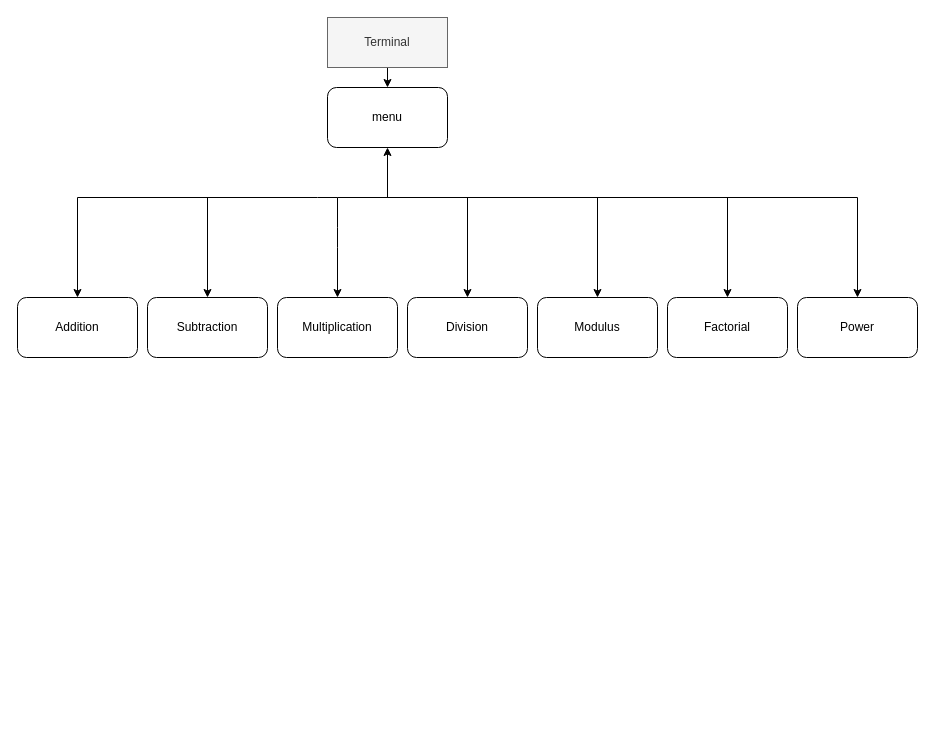
The draw.io diagram 2_Design/Untitled Diagram.drawio in saikusal/mini_project, before the edit. Source tidied: cells renumbered, new cells numbered last; positions are measured from the earlier drawing's top-left corner, leaving out a move shared by most shapes. Both pictures are drawn from the tidied source at 100%, with x=0, y=0 at pixel (17, 17).
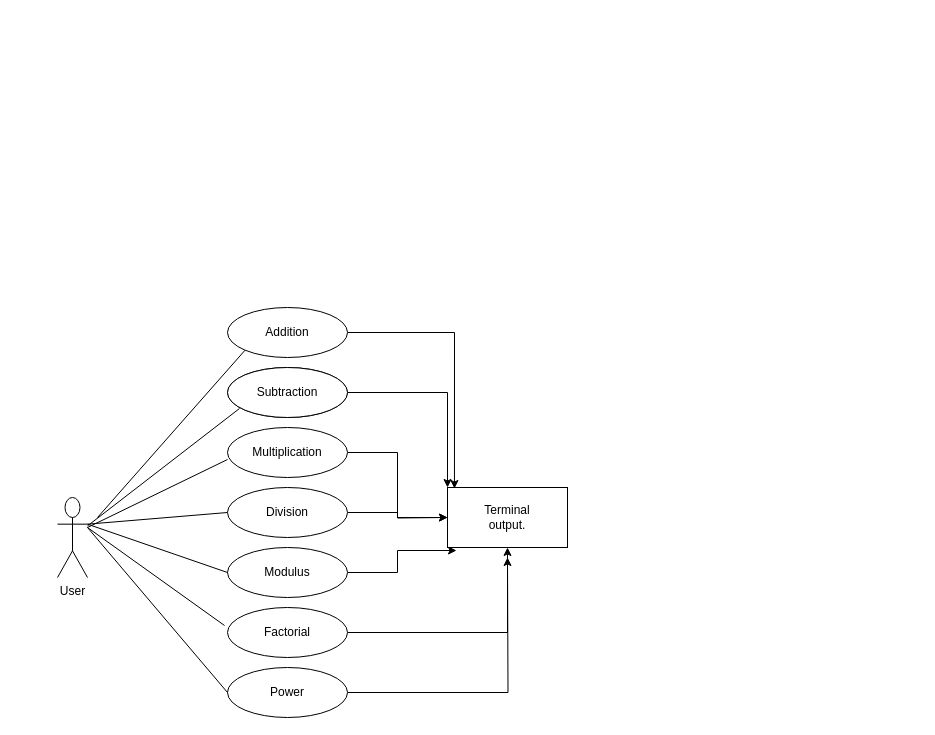
The same diagram, later.

Commit message:
Usecase Diagram

Diff of the diagram source:
```diff
@@
-    <mxCell id="2" style="edgeStyle=orthogonalEdgeStyle;rounded=0;jettySize=auto;html=1;" parent="1" edge="1" source="3">
-      <mxGeometry relative="1" as="geometry">
-        <mxPoint x="370" y="70" as="targetPoint" />
-      </mxGeometry>
-    </mxCell>
-    <mxCell id="3" value="Terminal" style="rounded=0;whiteSpace=wrap;html=1;fillColor=#f5f5f5;strokeColor=#666666;fontColor=#333333;" parent="1" vertex="1">
-      <mxGeometry x="310" width="120" height="50" as="geometry" />
-    </mxCell>
-    <mxCell id="4" value="menu" style="rounded=1;whiteSpace=wrap;html=1;" parent="1" vertex="1">
-      <mxGeometry x="310" y="70" width="120" height="60" as="geometry" />
-    </mxCell>
+    <mxCell id="21" value="User" style="shape=umlActor;verticalLabelPosition=bottom;verticalAlign=top;html=1;outlineConnect=0;" parent="1" vertex="1">
+      <mxGeometry x="40" y="480" width="30" height="80" as="geometry" />
+    </mxCell>
+    <mxCell id="22" style="ellipse;whiteSpace=wrap;html=1;" parent="1" vertex="1">
+      <mxGeometry x="210" y="350" width="120" height="50" as="geometry" />
+    </mxCell>
+    <mxCell id="23" style="edgeStyle=orthogonalEdgeStyle;rounded=0;jettySize=auto;html=1;exitX=1;exitY=0.5;exitDx=0;exitDy=0;entryX=0;entryY=0.5;entryDx=0;entryDy=0;" parent="1" edge="1" source="7" target="37">
+      <mxGeometry relative="1" as="geometry" />
+    </mxCell>
+    <mxCell id="7" value="Multiplication" style="ellipse;whiteSpace=wrap;html=1;" parent="1" vertex="1">
+      <mxGeometry x="210" y="410" width="120" height="50" as="geometry" />
+    </mxCell>
+    <mxCell id="24" style="edgeStyle=orthogonalEdgeStyle;rounded=0;jettySize=auto;html=1;entryX=0;entryY=0;entryDx=0;entryDy=0;" parent="1" edge="1" source="6" target="37">
+      <mxGeometry relative="1" as="geometry" />
+    </mxCell>
+    <mxCell id="6" value="Subtraction" style="ellipse;whiteSpace=wrap;html=1;" parent="1" vertex="1">
+      <mxGeometry x="210" y="350" width="120" height="50" as="geometry" />
+    </mxCell>
+    <mxCell id="25" style="edgeStyle=orthogonalEdgeStyle;rounded=0;jettySize=auto;html=1;exitX=1;exitY=0.5;exitDx=0;exitDy=0;" parent="1" edge="1" source="8">
+      <mxGeometry relative="1" as="geometry">
+        <mxPoint x="430" y="500" as="targetPoint" />
+      </mxGeometry>
+    </mxCell>
+    <mxCell id="8" value="Division" style="ellipse;whiteSpace=wrap;html=1;" parent="1" vertex="1">
+      <mxGeometry x="210" y="470" width="120" height="50" as="geometry" />
+    </mxCell>
+    <mxCell id="26" style="edgeStyle=orthogonalEdgeStyle;rounded=0;jettySize=auto;html=1;exitX=1;exitY=0.5;exitDx=0;exitDy=0;entryX=0.075;entryY=1.05;entryDx=0;entryDy=0;entryPerimeter=0;" parent="1" edge="1" source="9" target="37">
+      <mxGeometry relative="1" as="geometry" />
+    </mxCell>
+    <mxCell id="9" value="Modulus" style="ellipse;whiteSpace=wrap;html=1;" parent="1" vertex="1">
+      <mxGeometry x="210" y="530" width="120" height="50" as="geometry" />
+    </mxCell>
+    <mxCell id="27" style="edgeStyle=orthogonalEdgeStyle;rounded=0;jettySize=auto;html=1;exitX=1;exitY=0.5;exitDx=0;exitDy=0;entryX=0.5;entryY=1;entryDx=0;entryDy=0;" parent="1" edge="1" source="11" target="37">
+      <mxGeometry relative="1" as="geometry" />
+    </mxCell>
+    <mxCell id="11" value="Factorial" style="ellipse;whiteSpace=wrap;html=1;" parent="1" vertex="1">
+      <mxGeometry x="210" y="590" width="120" height="50" as="geometry" />
+    </mxCell>
+    <mxCell id="28" style="edgeStyle=orthogonalEdgeStyle;rounded=0;jettySize=auto;html=1;entryX=0.058;entryY=0.017;entryDx=0;entryDy=0;entryPerimeter=0;" parent="1" edge="1" source="5" target="37">
+      <mxGeometry relative="1" as="geometry" />
+    </mxCell>
-    <mxCell id="5" value="Addition" style="rounded=1;whiteSpace=wrap;html=1;" parent="1" vertex="1">
-      <mxGeometry y="280" width="120" height="60" as="geometry" />
+    <mxCell id="5" value="Addition" style="ellipse;whiteSpace=wrap;html=1;" parent="1" vertex="1">
+      <mxGeometry x="210" y="290" width="120" height="50" as="geometry" />
     </mxCell>
-    <mxCell id="6" value="Subtraction" style="rounded=1;whiteSpace=wrap;html=1;" parent="1" vertex="1">
-      <mxGeometry x="130" y="280" width="120" height="60" as="geometry" />
-    </mxCell>
-    <mxCell id="7" value="Multiplication" style="rounded=1;whiteSpace=wrap;html=1;" parent="1" vertex="1">
-      <mxGeometry x="260" y="280" width="120" height="60" as="geometry" />
-    </mxCell>
-    <mxCell id="8" value="Division" style="rounded=1;whiteSpace=wrap;html=1;" parent="1" vertex="1">
-      <mxGeometry x="390" y="280" width="120" height="60" as="geometry" />
-    </mxCell>
-    <mxCell id="9" value="Modulus" style="rounded=1;whiteSpace=wrap;html=1;" parent="1" vertex="1">
-      <mxGeometry x="520" y="280" width="120" height="60" as="geometry" />
-    </mxCell>
+    <mxCell id="29" style="edgeStyle=orthogonalEdgeStyle;rounded=0;jettySize=auto;html=1;" parent="1" edge="1" source="10">
+      <mxGeometry relative="1" as="geometry">
+        <mxPoint x="490" y="540" as="targetPoint" />
+      </mxGeometry>
+    </mxCell>
-    <mxCell id="10" value="Power" style="rounded=1;whiteSpace=wrap;html=1;" parent="1" vertex="1">
-      <mxGeometry x="780" y="280" width="120" height="60" as="geometry" />
+    <mxCell id="10" value="Power" style="ellipse;whiteSpace=wrap;html=1;" parent="1" vertex="1">
+      <mxGeometry x="210" y="650" width="120" height="50" as="geometry" />
     </mxCell>
-    <mxCell id="11" value="Factorial" style="rounded=1;whiteSpace=wrap;html=1;" parent="1" vertex="1">
-      <mxGeometry x="650" y="280" width="120" height="60" as="geometry" />
-    </mxCell>
-    <mxCell id="12" style="endArrow=classic;html=1;entryX=0.5;entryY=1;entryDx=0;entryDy=0;" parent="1" edge="1" target="4">
-      <mxGeometry relative="1" as="geometry">
-        <mxPoint x="370" y="180" as="sourcePoint" />
-      </mxGeometry>
-    </mxCell>
-    <mxCell id="13" style="endArrow=none;html=1;" parent="1" edge="1">
-      <mxGeometry relative="1" as="geometry">
-        <mxPoint x="60" y="180" as="sourcePoint" />
-        <mxPoint x="840" y="180" as="targetPoint" />
-        <Array as="points">
-          <mxPoint x="310" y="180" />
-        </Array>
-      </mxGeometry>
-    </mxCell>
-    <mxCell id="14" style="endArrow=classic;html=1;entryX=0.5;entryY=0;entryDx=0;entryDy=0;" parent="1" edge="1" target="8">
-      <mxGeometry relative="1" as="geometry">
-        <mxPoint x="450" y="180" as="sourcePoint" />
-      </mxGeometry>
-    </mxCell>
-    <mxCell id="15" style="endArrow=classic;html=1;entryX=0.5;entryY=0;entryDx=0;entryDy=0;" parent="1" edge="1" target="7">
-      <mxGeometry relative="1" as="geometry">
-        <mxPoint x="320" y="180" as="sourcePoint" />
-        <Array as="points">
-          <mxPoint x="320" y="220" />
-        </Array>
-      </mxGeometry>
-    </mxCell>
-    <mxCell id="16" style="endArrow=classic;html=1;entryX=0.5;entryY=0;entryDx=0;entryDy=0;" parent="1" edge="1" target="6">
-      <mxGeometry relative="1" as="geometry">
-        <mxPoint x="190" y="180" as="sourcePoint" />
-      </mxGeometry>
-    </mxCell>
-    <mxCell id="17" style="endArrow=classic;html=1;entryX=0.5;entryY=0;entryDx=0;entryDy=0;" parent="1" edge="1" target="5">
-      <mxGeometry relative="1" as="geometry">
-        <mxPoint x="60" y="180" as="sourcePoint" />
-      </mxGeometry>
-    </mxCell>
-    <mxCell id="18" style="endArrow=classic;html=1;entryX=0.5;entryY=0;entryDx=0;entryDy=0;" parent="1" edge="1" target="9">
-      <mxGeometry relative="1" as="geometry">
-        <mxPoint x="580" y="180" as="sourcePoint" />
-      </mxGeometry>
-    </mxCell>
-    <mxCell id="19" style="endArrow=classic;html=1;entryX=0.5;entryY=0;entryDx=0;entryDy=0;" parent="1" edge="1" target="11">
-      <mxGeometry relative="1" as="geometry">
-        <mxPoint x="710" y="180" as="sourcePoint" />
-      </mxGeometry>
-    </mxCell>
-    <mxCell id="20" style="endArrow=classic;html=1;entryX=0.5;entryY=0;entryDx=0;entryDy=0;" parent="1" edge="1" target="10">
-      <mxGeometry relative="1" as="geometry">
-        <mxPoint x="840" y="180" as="sourcePoint" />
-      </mxGeometry>
-    </mxCell>
+    <mxCell id="30" style="endArrow=none;html=1;entryX=0;entryY=1;entryDx=0;entryDy=0;" parent="1" edge="1" target="5">
+      <mxGeometry relative="1" as="geometry">
+        <mxPoint x="80" y="500" as="sourcePoint" />
+      </mxGeometry>
+    </mxCell>
+    <mxCell id="31" style="endArrow=none;html=1;entryX=0.1;entryY=0.82;entryDx=0;entryDy=0;entryPerimeter=0;" parent="1" edge="1" source="21" target="6">
+      <mxGeometry relative="1" as="geometry" />
+    </mxCell>
+    <mxCell id="32" style="endArrow=none;html=1;entryX=0;entryY=0.64;entryDx=0;entryDy=0;entryPerimeter=0;" parent="1" edge="1" target="7">
+      <mxGeometry relative="1" as="geometry">
+        <mxPoint x="70" y="510" as="sourcePoint" />
+      </mxGeometry>
+    </mxCell>
+    <mxCell id="33" style="endArrow=none;html=1;entryX=0;entryY=0.5;entryDx=0;entryDy=0;" parent="1" edge="1" target="10">
+      <mxGeometry relative="1" as="geometry">
+        <mxPoint x="70" y="510" as="sourcePoint" />
+      </mxGeometry>
+    </mxCell>
+    <mxCell id="34" style="endArrow=none;html=1;entryX=-0.025;entryY=0.36;entryDx=0;entryDy=0;entryPerimeter=0;" parent="1" edge="1" target="11">
+      <mxGeometry relative="1" as="geometry">
+        <mxPoint x="70" y="510" as="sourcePoint" />
+      </mxGeometry>
+    </mxCell>
+    <mxCell id="35" style="endArrow=none;html=1;entryX=0;entryY=0.5;entryDx=0;entryDy=0;exitX=1;exitY=0.3333333333333333;exitDx=0;exitDy=0;exitPerimeter=0;" parent="1" edge="1" source="21" target="9">
+      <mxGeometry relative="1" as="geometry" />
+    </mxCell>
+    <mxCell id="36" style="endArrow=none;html=1;entryX=0;entryY=0.5;entryDx=0;entryDy=0;exitX=1;exitY=0.3333333333333333;exitDx=0;exitDy=0;exitPerimeter=0;" parent="1" edge="1" source="21" target="8">
+      <mxGeometry relative="1" as="geometry" />
+    </mxCell>
+    <mxCell id="37" value="Terminal&lt;br&gt;output." style="rounded=0;whiteSpace=wrap;html=1;" parent="1" vertex="1">
+      <mxGeometry x="430" y="470" width="120" height="60" as="geometry" />
+    </mxCell>
```
